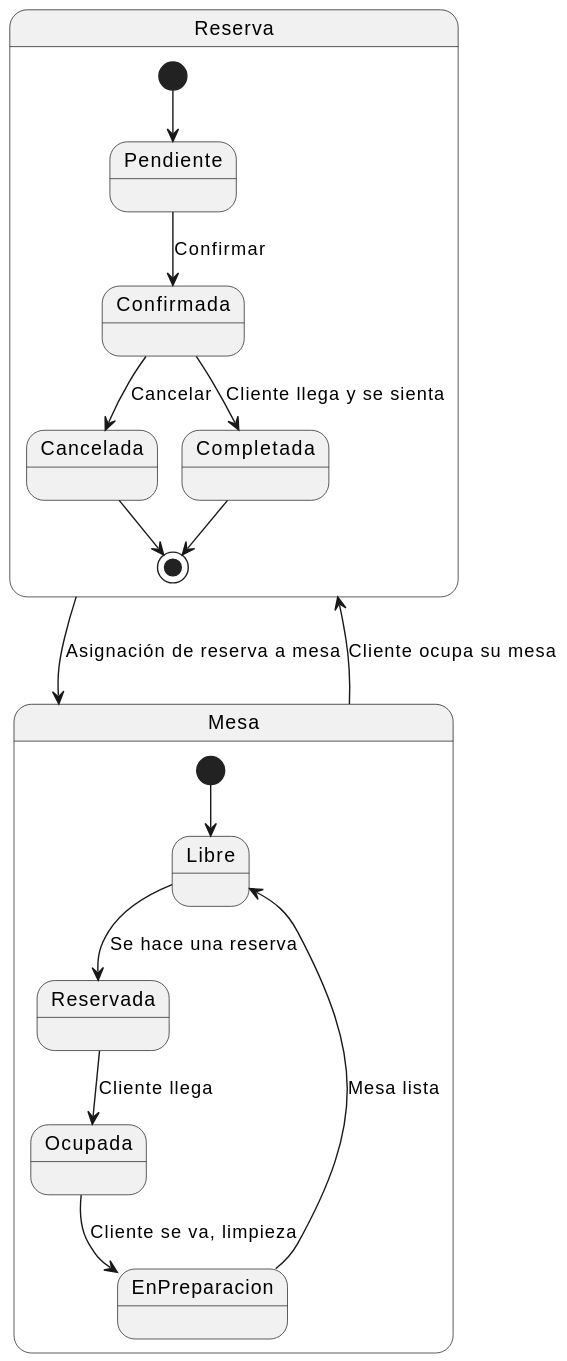
Above: ModeloDeDominio/imagenes/DiagramaDeEstados.svg in mmasias/24-25-IdSw2-SDD (PlantUML), before the change. The source it was exported from:
```plantuml
@startuml
state Reserva {
    [*] --> Pendiente
    Pendiente --> Confirmada : Confirmar
    Confirmada --> Cancelada : Cancelar
    Confirmada --> Completada : Cliente llega y se sienta
    Cancelada --> [*]
    Completada --> [*]
}

state Mesa {
    [*] --> Libre
    Libre --> Reservada : Se hace una reserva
    Reservada --> Ocupada : Cliente llega
    Ocupada --> EnPreparacion : Cliente se va, limpieza
    EnPreparacion --> Libre : Mesa lista
}

Reserva --> Mesa : Asignación de reserva a mesa
Mesa --> Reserva : Cliente ocupa su mesa
@enduml
```
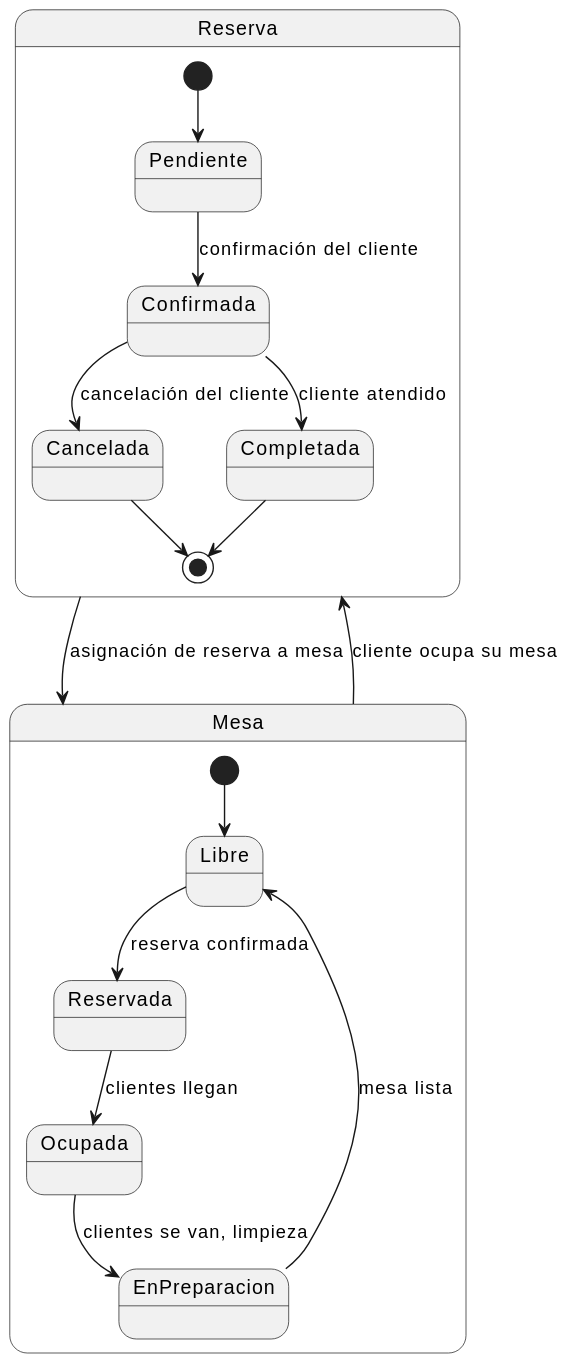
Above is the later version.

What changed in the source:
```diff
@@ -1,21 +1,21 @@
 @startuml
-state Reserva {
+state "Reserva" as Reserva {
     [*] --> Pendiente
-    Pendiente --> Confirmada : Confirmar
-    Confirmada --> Cancelada : Cancelar
-    Confirmada --> Completada : Cliente llega y se sienta
+    Pendiente --> Confirmada : confirmación del cliente
+    Confirmada --> Cancelada : cancelación del cliente
+    Confirmada --> Completada : cliente atendido
     Cancelada --> [*]
     Completada --> [*]
 }
 
-state Mesa {
+state "Mesa" as Mesa {
     [*] --> Libre
-    Libre --> Reservada : Se hace una reserva
-    Reservada --> Ocupada : Cliente llega
-    Ocupada --> EnPreparacion : Cliente se va, limpieza
-    EnPreparacion --> Libre : Mesa lista
+    Libre --> Reservada : reserva confirmada
+    Reservada --> Ocupada : clientes llegan
+    Ocupada --> EnPreparacion : clientes se van, limpieza
+    EnPreparacion --> Libre : mesa lista
 }
 
-Reserva --> Mesa : Asignación de reserva a mesa
-Mesa --> Reserva : Cliente ocupa su mesa
+Reserva --> Mesa : asignación de reserva a mesa
+Mesa --> Reserva : cliente ocupa su mesa
 @enduml
```
